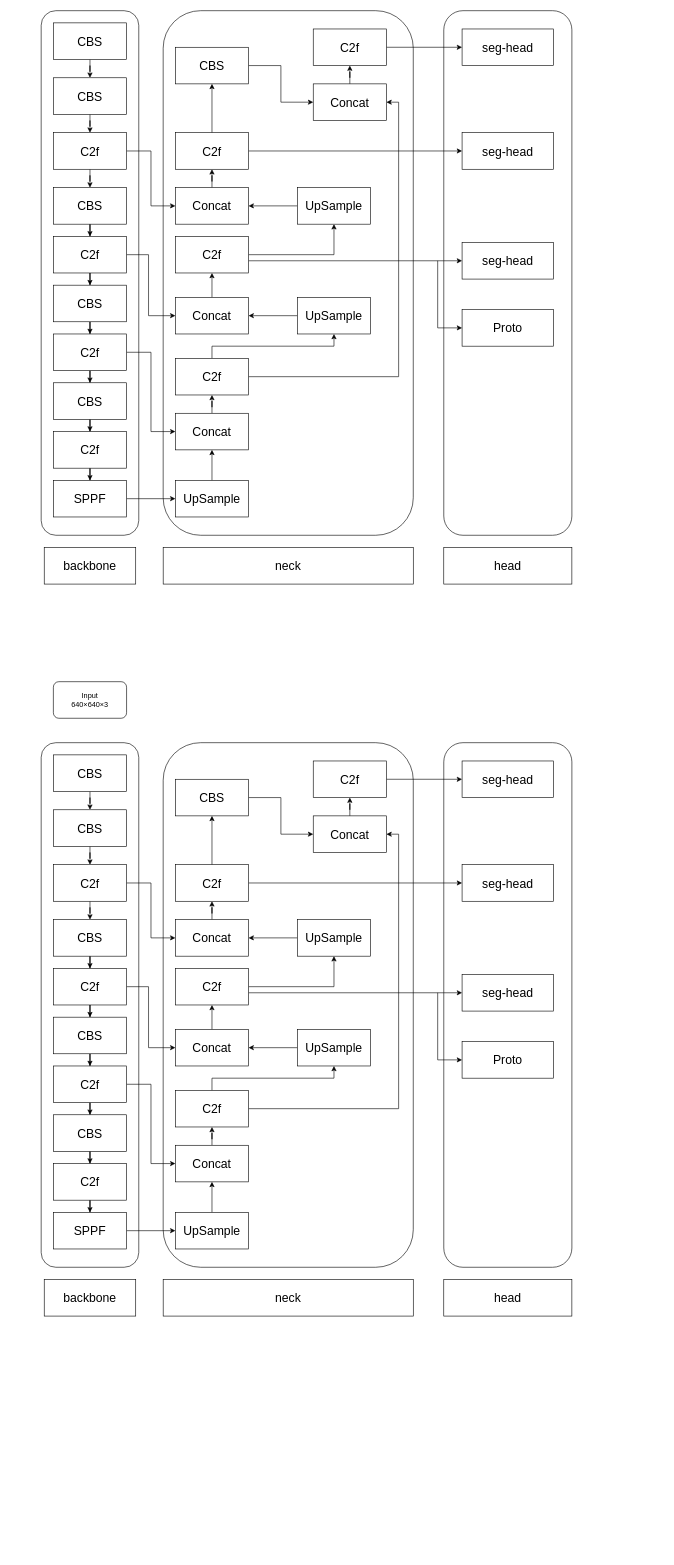
Before: yolov8.drawio in funkallll/deeplearning, a draw.io diagram. Source tidied: cells renumbered, new cells numbered last; positions are measured from the earlier drawing's top-left corner, leaving out a move shared by most shapes. Both pictures are drawn from the tidied source at 61%, with x=0, y=0 at pixel (41, 10).
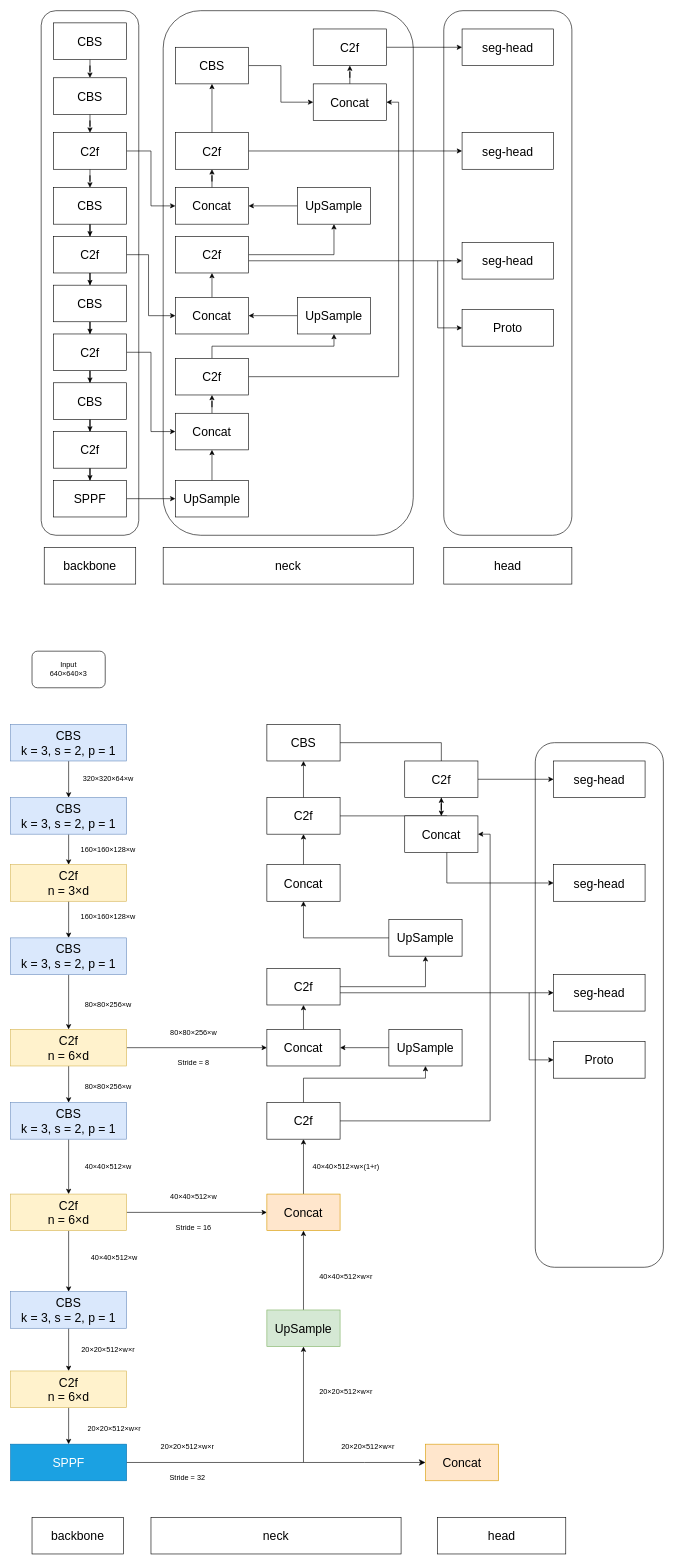
Above is the later version.

The edit, as a diff of the source:
```diff
@@
-    <mxCell id="64" value="CBS" style="rounded=0;whiteSpace=wrap;html=1;fontSize=20;fontStyle=0;" parent="1" vertex="1">
-      <mxGeometry x="20" y="1220" width="120" height="60" as="geometry" />
+    <mxCell id="64" value="CBS&lt;div&gt;k = 3, s = 2, p = 1&lt;/div&gt;" style="rounded=0;whiteSpace=wrap;html=1;fontSize=20;fontStyle=0;fillColor=#dae8fc;strokeColor=#6c8ebf;" parent="1" vertex="1">
+      <mxGeometry x="-50" y="1170" width="190" height="60" as="geometry" />
     </mxCell>
@@
-    <mxCell id="66" value="CBS" style="rounded=0;whiteSpace=wrap;html=1;fontSize=20;fontStyle=0;" parent="1" vertex="1">
-      <mxGeometry x="20" y="1310" width="120" height="60" as="geometry" />
+    <mxCell id="66" value="CBS&lt;div&gt;k = 3, s = 2, p = 1&lt;/div&gt;" style="rounded=0;whiteSpace=wrap;html=1;fontSize=20;fontStyle=0;fillColor=#dae8fc;strokeColor=#6c8ebf;" parent="1" vertex="1">
+      <mxGeometry x="-50" y="1290" width="190" height="60" as="geometry" />
     </mxCell>
@@
-    <mxCell id="68" style="edgeStyle=orthogonalEdgeStyle;rounded=0;jettySize=auto;html=1;entryX=0;entryY=0.5;entryDx=0;entryDy=0;fontStyle=0;fontSize=20;" parent="1" edge="1" source="69" target="104">
-      <mxGeometry relative="1" as="geometry" />
-    </mxCell>
-    <mxCell id="69" value="C2f" style="rounded=0;whiteSpace=wrap;html=1;fontSize=20;fontStyle=0;" parent="1" vertex="1">
-      <mxGeometry x="20" y="1400" width="120" height="60" as="geometry" />
+    <mxCell id="69" value="C2f&lt;div&gt;n = 3×d&lt;/div&gt;" style="rounded=0;whiteSpace=wrap;html=1;fontSize=20;fontStyle=0;fillColor=#fff2cc;strokeColor=#d6b656;" parent="1" vertex="1">
+      <mxGeometry x="-50" y="1400" width="190" height="60" as="geometry" />
     </mxCell>
@@
-    <mxCell id="71" value="CBS" style="rounded=0;whiteSpace=wrap;html=1;fontSize=20;fontStyle=0;" parent="1" vertex="1">
-      <mxGeometry x="20" y="1490" width="120" height="60" as="geometry" />
+    <mxCell id="71" value="CBS&lt;div&gt;k = 3, s = 2, p = 1&lt;/div&gt;" style="rounded=0;whiteSpace=wrap;html=1;fontSize=20;fontStyle=0;fillColor=#dae8fc;strokeColor=#6c8ebf;" parent="1" vertex="1">
+      <mxGeometry x="-50" y="1520" width="190" height="60" as="geometry" />
     </mxCell>
@@
-    <mxCell id="73" style="edgeStyle=orthogonalEdgeStyle;rounded=0;jettySize=auto;html=1;fontStyle=0;fontSize=20;" parent="1" edge="1" source="74" target="93">
+    <mxCell id="73" style="edgeStyle=orthogonalEdgeStyle;rounded=0;jettySize=auto;html=1;fontStyle=0;fontSize=20;exitX=1;exitY=0.5;exitDx=0;exitDy=0;" parent="1" edge="1" source="74" target="93">
       <mxGeometry relative="1" as="geometry">
         <Array as="points">
-          <mxPoint x="176" y="1600" />
-          <mxPoint x="176" y="1700" />
+          <mxPoint x="140" y="1700" />
+          <mxPoint x="140" y="1700" />
         </Array>
       </mxGeometry>
     </mxCell>
-    <mxCell id="74" value="C2f" style="rounded=0;whiteSpace=wrap;html=1;fontSize=20;fontStyle=0;" parent="1" vertex="1">
-      <mxGeometry x="20" y="1570" width="120" height="60" as="geometry" />
+    <mxCell id="74" value="C2f&lt;div&gt;n = 6×d&lt;/div&gt;" style="rounded=0;whiteSpace=wrap;html=1;fontSize=20;fontStyle=0;fillColor=#fff2cc;strokeColor=#d6b656;" parent="1" vertex="1">
+      <mxGeometry x="-50" y="1670" width="190" height="60" as="geometry" />
     </mxCell>
@@
-    <mxCell id="76" value="CBS" style="rounded=0;whiteSpace=wrap;html=1;fontSize=20;fontStyle=0;" parent="1" vertex="1">
-      <mxGeometry x="20" y="1650" width="120" height="60" as="geometry" />
+    <mxCell id="76" value="CBS&lt;div&gt;k = 3, s = 2, p = 1&lt;/div&gt;" style="rounded=0;whiteSpace=wrap;html=1;fontSize=20;fontStyle=0;fillColor=#dae8fc;strokeColor=#6c8ebf;" parent="1" vertex="1">
+      <mxGeometry x="-50" y="1790" width="190" height="60" as="geometry" />
     </mxCell>
@@
-    <mxCell id="79" value="C2f" style="rounded=0;whiteSpace=wrap;html=1;fontSize=20;fontStyle=0;" parent="1" vertex="1">
-      <mxGeometry x="20" y="1730" width="120" height="60" as="geometry" />
+    <mxCell id="79" value="C2f&lt;div&gt;n = 6×d&lt;/div&gt;" style="rounded=0;whiteSpace=wrap;html=1;fontSize=20;fontStyle=0;fillColor=#fff2cc;strokeColor=#d6b656;" parent="1" vertex="1">
+      <mxGeometry x="-50" y="1940" width="190" height="60" as="geometry" />
     </mxCell>
@@
-    <mxCell id="81" value="CBS" style="rounded=0;whiteSpace=wrap;html=1;fontSize=20;fontStyle=0;" parent="1" vertex="1">
-      <mxGeometry x="20" y="1810" width="120" height="60" as="geometry" />
+    <mxCell id="81" value="CBS&lt;div&gt;k = 3, s = 2, p = 1&lt;/div&gt;" style="rounded=0;whiteSpace=wrap;html=1;fontSize=20;fontStyle=0;fillColor=#dae8fc;strokeColor=#6c8ebf;" parent="1" vertex="1">
+      <mxGeometry x="-50" y="2100" width="190" height="60" as="geometry" />
     </mxCell>
@@
-    <mxCell id="83" value="C2f" style="rounded=0;whiteSpace=wrap;html=1;fontSize=20;fontStyle=0;" parent="1" vertex="1">
-      <mxGeometry x="20" y="1890" width="120" height="60" as="geometry" />
+    <mxCell id="83" value="C2f&lt;div&gt;n = 6×d&lt;/div&gt;" style="rounded=0;whiteSpace=wrap;html=1;fontSize=20;fontStyle=0;fillColor=#fff2cc;strokeColor=#d6b656;" parent="1" vertex="1">
+      <mxGeometry x="-50" y="2230" width="190" height="60" as="geometry" />
     </mxCell>
@@
-    <mxCell id="85" value="SPPF" style="rounded=0;whiteSpace=wrap;html=1;fontSize=20;fontStyle=0;" parent="1" vertex="1">
-      <mxGeometry x="20" y="1970" width="120" height="60" as="geometry" />
+    <mxCell id="85" value="SPPF" style="rounded=0;whiteSpace=wrap;html=1;fontSize=20;fontStyle=0;fillColor=#1ba1e2;fontColor=#ffffff;strokeColor=#006EAF;" parent="1" vertex="1">
+      <mxGeometry x="-50" y="2350" width="190" height="60" as="geometry" />
     </mxCell>
@@
-    <mxCell id="87" value="UpSample" style="whiteSpace=wrap;html=1;fontSize=20;rounded=0;fontStyle=0;" parent="1" vertex="1">
-      <mxGeometry x="220" y="1970" width="120" height="60" as="geometry" />
+    <mxCell id="87" value="UpSample" style="whiteSpace=wrap;html=1;fontSize=20;rounded=0;fontStyle=0;fillColor=#d5e8d4;strokeColor=#82b366;" parent="1" vertex="1">
+      <mxGeometry x="370" y="2130" width="120" height="60" as="geometry" />
     </mxCell>
@@
-    <mxCell id="89" value="Concat" style="whiteSpace=wrap;html=1;fontSize=20;rounded=0;fontStyle=0;" parent="1" vertex="1">
-      <mxGeometry x="220" y="1860" width="120" height="60" as="geometry" />
+    <mxCell id="89" value="Concat" style="whiteSpace=wrap;html=1;fontSize=20;rounded=0;fontStyle=0;fillColor=#ffe6cc;strokeColor=#d79b00;" parent="1" vertex="1">
+      <mxGeometry x="370" y="1940" width="120" height="60" as="geometry" />
     </mxCell>
     <mxCell id="90" style="edgeStyle=orthogonalEdgeStyle;rounded=0;jettySize=auto;html=1;entryX=1;entryY=0.5;entryDx=0;entryDy=0;fontStyle=0;fontSize=20;" parent="1" edge="1" source="91" target="93">
       <mxGeometry relative="1" as="geometry">
         <Array as="points">
-          <mxPoint x="466" y="1700" />
+          <mxPoint x="616" y="1700" />
         </Array>
       </mxGeometry>
     </mxCell>
     <mxCell id="91" value="UpSample" style="whiteSpace=wrap;html=1;fontSize=20;rounded=0;fontStyle=0;" parent="1" vertex="1">
-      <mxGeometry x="420" y="1670" width="120" height="60" as="geometry" />
+      <mxGeometry x="570" y="1670" width="120" height="60" as="geometry" />
     </mxCell>
@@
     <mxCell id="93" value="Concat" style="rounded=0;whiteSpace=wrap;html=1;fontSize=20;fontStyle=0;" parent="1" vertex="1">
-      <mxGeometry x="220" y="1670" width="120" height="60" as="geometry" />
+      <mxGeometry x="370" y="1670" width="120" height="60" as="geometry" />
     </mxCell>
@@
     <mxCell id="95" style="edgeStyle=orthogonalEdgeStyle;rounded=0;jettySize=auto;html=1;entryX=0;entryY=0.5;entryDx=0;entryDy=0;fontSize=20;" parent="1" edge="1" source="97" target="122">
       <mxGeometry relative="1" as="geometry">
         <Array as="points">
-          <mxPoint x="660" y="1610" />
-          <mxPoint x="660" y="1610" />
+          <mxPoint x="810" y="1610" />
+          <mxPoint x="810" y="1610" />
         </Array>
       </mxGeometry>
     </mxCell>
     <mxCell id="96" style="edgeStyle=orthogonalEdgeStyle;rounded=0;jettySize=auto;html=1;entryX=0;entryY=0.5;entryDx=0;entryDy=0;" parent="1" edge="1" target="123">
       <mxGeometry relative="1" as="geometry">
-        <mxPoint x="650" y="1610" as="sourcePoint" />
+        <mxPoint x="800" y="1610" as="sourcePoint" />
         <Array as="points">
-          <mxPoint x="650" y="1610" />
-          <mxPoint x="650" y="1720" />
+          <mxPoint x="800" y="1610" />
+          <mxPoint x="800" y="1720" />
         </Array>
       </mxGeometry>
     </mxCell>
     <mxCell id="97" value="C2f" style="rounded=0;whiteSpace=wrap;html=1;fontSize=20;fontStyle=0;" parent="1" vertex="1">
-      <mxGeometry x="220" y="1570" width="120" height="60" as="geometry" />
+      <mxGeometry x="370" y="1570" width="120" height="60" as="geometry" />
     </mxCell>
@@
     <mxCell id="99" value="UpSample" style="rounded=0;whiteSpace=wrap;html=1;fontSize=20;fontStyle=0;" parent="1" vertex="1">
-      <mxGeometry x="420" y="1490" width="120" height="60" as="geometry" />
+      <mxGeometry x="570" y="1490" width="120" height="60" as="geometry" />
     </mxCell>
     <mxCell id="100" style="edgeStyle=orthogonalEdgeStyle;rounded=0;jettySize=auto;html=1;entryX=0.5;entryY=1;entryDx=0;entryDy=0;exitX=0.5;exitY=0;exitDx=0;exitDy=0;fontStyle=0;fontSize=20;" parent="1" edge="1" source="102" target="91">
       <mxGeometry relative="1" as="geometry">
         <Array as="points">
-          <mxPoint x="280" y="1750" />
-          <mxPoint x="480" y="1750" />
+          <mxPoint x="430" y="1750" />
+          <mxPoint x="630" y="1750" />
         </Array>
       </mxGeometry>
     </mxCell>
@@
     <mxCell id="102" value="C2f" style="whiteSpace=wrap;html=1;fontSize=20;rounded=0;fontStyle=0;" parent="1" vertex="1">
-      <mxGeometry x="220" y="1770" width="120" height="60" as="geometry" />
+      <mxGeometry x="370" y="1790" width="120" height="60" as="geometry" />
     </mxCell>
@@
     <mxCell id="104" value="Concat" style="rounded=0;whiteSpace=wrap;html=1;fontSize=20;fontStyle=0;" parent="1" vertex="1">
-      <mxGeometry x="220" y="1490" width="120" height="60" as="geometry" />
+      <mxGeometry x="370" y="1400" width="120" height="60" as="geometry" />
     </mxCell>
@@
     <mxCell id="107" value="C2f" style="rounded=0;whiteSpace=wrap;html=1;fontSize=20;fontStyle=0;" parent="1" vertex="1">
-      <mxGeometry x="220" y="1400" width="120" height="60" as="geometry" />
+      <mxGeometry x="370" y="1290" width="120" height="60" as="geometry" />
     </mxCell>
@@
     <mxCell id="109" value="CBS" style="rounded=0;whiteSpace=wrap;html=1;fontSize=20;fontStyle=0;" parent="1" vertex="1">
-      <mxGeometry x="220" y="1260" width="120" height="60" as="geometry" />
+      <mxGeometry x="370" y="1170" width="120" height="60" as="geometry" />
     </mxCell>
@@
     <mxCell id="111" value="Concat" style="rounded=0;whiteSpace=wrap;html=1;fontSize=20;fontStyle=0;" parent="1" vertex="1">
-      <mxGeometry x="446" y="1320" width="120" height="60" as="geometry" />
+      <mxGeometry x="596" y="1320" width="120" height="60" as="geometry" />
     </mxCell>
@@
     <mxCell id="113" value="C2f" style="rounded=0;whiteSpace=wrap;html=1;fontSize=20;fontStyle=0;" parent="1" vertex="1">
-      <mxGeometry x="446" y="1230" width="120" height="60" as="geometry" />
+      <mxGeometry x="596" y="1230" width="120" height="60" as="geometry" />
     </mxCell>
     <mxCell id="114" value="seg-head" style="rounded=0;whiteSpace=wrap;html=1;fontSize=20;" parent="1" vertex="1">
-      <mxGeometry x="690" y="1400" width="150" height="60" as="geometry" />
+      <mxGeometry x="840" y="1400" width="150" height="60" as="geometry" />
     </mxCell>
-    <mxCell id="115" style="rounded=1;whiteSpace=wrap;html=1;fillColor=none;" parent="1" vertex="1">
-      <mxGeometry y="1200" width="160" height="860" as="geometry" />
-    </mxCell>
-    <mxCell id="116" style="rounded=1;whiteSpace=wrap;html=1;fillColor=none;" parent="1" vertex="1">
-      <mxGeometry x="200" y="1200" width="410" height="860" as="geometry" />
-    </mxCell>
     <mxCell id="117" value="&lt;span style=&quot;font-size: 20px;&quot;&gt;backbone&lt;/span&gt;" style="rounded=0;whiteSpace=wrap;html=1;fontSize=20;" parent="1" vertex="1">
-      <mxGeometry x="5" y="2080" width="150" height="60" as="geometry" />
+      <mxGeometry x="-15" y="2470" width="150" height="60" as="geometry" />
     </mxCell>
     <mxCell id="118" value="&lt;span style=&quot;font-size: 20px;&quot;&gt;neck&lt;/span&gt;" style="rounded=0;whiteSpace=wrap;html=1;fontSize=20;" parent="1" vertex="1">
-      <mxGeometry x="200" y="2080" width="410" height="60" as="geometry" />
+      <mxGeometry x="180" y="2470" width="410" height="60" as="geometry" />
     </mxCell>
     <mxCell id="119" value="&lt;span style=&quot;font-size: 20px;&quot;&gt;head&lt;/span&gt;" style="rounded=0;whiteSpace=wrap;html=1;fontSize=20;" parent="1" vertex="1">
-      <mxGeometry x="660" y="2080" width="210" height="60" as="geometry" />
+      <mxGeometry x="650" y="2470" width="210" height="60" as="geometry" />
     </mxCell>
     <mxCell id="120" style="rounded=1;whiteSpace=wrap;html=1;fillColor=none;" parent="1" vertex="1">
-      <mxGeometry x="660" y="1200" width="210" height="860" as="geometry" />
+      <mxGeometry x="810" y="1200" width="210" height="860" as="geometry" />
     </mxCell>
     <mxCell id="121" value="seg-head" style="rounded=0;whiteSpace=wrap;html=1;fontSize=20;" parent="1" vertex="1">
-      <mxGeometry x="690" y="1230" width="150" height="60" as="geometry" />
+      <mxGeometry x="840" y="1230" width="150" height="60" as="geometry" />
     </mxCell>
     <mxCell id="122" value="seg-head" style="rounded=0;whiteSpace=wrap;html=1;fontSize=20;" parent="1" vertex="1">
-      <mxGeometry x="690" y="1580" width="150" height="60" as="geometry" />
+      <mxGeometry x="840" y="1580" width="150" height="60" as="geometry" />
     </mxCell>
     <mxCell id="123" value="Proto" style="rounded=0;whiteSpace=wrap;html=1;fontSize=20;" parent="1" vertex="1">
-      <mxGeometry x="690" y="1690" width="150" height="60" as="geometry" />
+      <mxGeometry x="840" y="1690" width="150" height="60" as="geometry" />
     </mxCell>
     <mxCell id="124" value="Input&lt;div&gt;640×640×3&lt;/div&gt;" style="rounded=1;whiteSpace=wrap;html=1;" parent="1" vertex="1">
-      <mxGeometry x="20" y="1100" width="120" height="60" as="geometry" />
+      <mxGeometry x="-15" y="1050" width="120" height="60" as="geometry" />
     </mxCell>
+    <mxCell id="125" value="320×320×64×w" style="rounded=0;whiteSpace=wrap;html=1;strokeColor=none;" parent="1" vertex="1">
+      <mxGeometry x="50" y="1245" width="120" height="30" as="geometry" />
+    </mxCell>
+    <mxCell id="126" value="160×160×128×w" style="rounded=0;whiteSpace=wrap;html=1;strokeColor=none;" parent="1" vertex="1">
+      <mxGeometry x="50" y="1360" width="120" height="30" as="geometry" />
+    </mxCell>
+    <mxCell id="127" value="160×160×128×w" style="rounded=0;whiteSpace=wrap;html=1;strokeColor=none;" parent="1" vertex="1">
+      <mxGeometry x="50" y="1470" width="120" height="30" as="geometry" />
+    </mxCell>
+    <mxCell id="128" value="80×80×256×w" style="rounded=0;whiteSpace=wrap;html=1;strokeColor=none;" parent="1" vertex="1">
+      <mxGeometry x="50" y="1615" width="120" height="30" as="geometry" />
+    </mxCell>
+    <mxCell id="129" value="80×80×256×w" style="rounded=0;whiteSpace=wrap;html=1;strokeColor=none;" parent="1" vertex="1">
+      <mxGeometry x="50" y="1750" width="120" height="30" as="geometry" />
+    </mxCell>
+    <mxCell id="130" value="40×40×512×w" style="rounded=0;whiteSpace=wrap;html=1;strokeColor=none;" parent="1" vertex="1">
+      <mxGeometry x="50" y="1880" width="120" height="30" as="geometry" />
+    </mxCell>
+    <mxCell id="131" value="40×40×512×w" style="rounded=0;whiteSpace=wrap;html=1;strokeColor=none;" parent="1" vertex="1">
+      <mxGeometry x="60" y="2030" width="120" height="30" as="geometry" />
+    </mxCell>
+    <mxCell id="132" value="20×20×512×w×r" style="rounded=0;whiteSpace=wrap;html=1;strokeColor=none;" parent="1" vertex="1">
+      <mxGeometry x="50" y="2180" width="120" height="30" as="geometry" />
+    </mxCell>
+    <mxCell id="133" value="20×20×512×w×r" style="rounded=0;whiteSpace=wrap;html=1;strokeColor=none;" parent="1" vertex="1">
+      <mxGeometry x="60" y="2310" width="120" height="30" as="geometry" />
+    </mxCell>
+    <mxCell id="134" value="20×20×512×w×r" style="rounded=0;whiteSpace=wrap;html=1;strokeColor=none;" parent="1" vertex="1">
+      <mxGeometry x="180" y="2340" width="120" height="30" as="geometry" />
+    </mxCell>
+    <mxCell id="135" value="Stride = 32" style="rounded=0;whiteSpace=wrap;html=1;strokeColor=none;" parent="1" vertex="1">
+      <mxGeometry x="180" y="2390" width="120" height="30" as="geometry" />
+    </mxCell>
+    <mxCell id="136" value="40×40×512×w" style="rounded=0;whiteSpace=wrap;html=1;strokeColor=none;" parent="1" vertex="1">
+      <mxGeometry x="190" y="1930" width="120" height="30" as="geometry" />
+    </mxCell>
+    <mxCell id="137" value="Stride = 16" style="rounded=0;whiteSpace=wrap;html=1;strokeColor=none;" parent="1" vertex="1">
+      <mxGeometry x="190" y="1980" width="120" height="30" as="geometry" />
+    </mxCell>
+    <mxCell id="138" value="80×80×256×w" style="rounded=0;whiteSpace=wrap;html=1;strokeColor=none;" parent="1" vertex="1">
+      <mxGeometry x="190" y="1660" width="120" height="30" as="geometry" />
+    </mxCell>
+    <mxCell id="139" value="Stride = 8" style="rounded=0;whiteSpace=wrap;html=1;strokeColor=none;" parent="1" vertex="1">
+      <mxGeometry x="190" y="1710" width="120" height="30" as="geometry" />
+    </mxCell>
+    <mxCell id="140" style="edgeStyle=elbowEdgeStyle;elbow=horizontal;endArrow=classic;html=1;curved=0;rounded=0;endSize=8;startSize=8;entryX=0;entryY=0.5;entryDx=0;entryDy=0;" parent="1" edge="1" target="141">
+      <mxGeometry relative="1" as="geometry">
+        <mxPoint x="430" y="2380" as="sourcePoint" />
+      </mxGeometry>
+    </mxCell>
+    <mxCell id="141" value="Concat" style="whiteSpace=wrap;html=1;fontSize=20;rounded=0;fontStyle=0;fillColor=#ffe6cc;strokeColor=#d79b00;" parent="1" vertex="1">
+      <mxGeometry x="630" y="2350" width="120" height="60" as="geometry" />
+    </mxCell>
+    <mxCell id="142" value="20×20×512×w×r" style="rounded=0;whiteSpace=wrap;html=1;strokeColor=none;" parent="1" vertex="1">
+      <mxGeometry x="440" y="2250" width="120" height="30" as="geometry" />
+    </mxCell>
+    <mxCell id="143" value="20×20×512×w×r" style="rounded=0;whiteSpace=wrap;html=1;strokeColor=none;" parent="1" vertex="1">
+      <mxGeometry x="476" y="2340" width="120" height="30" as="geometry" />
+    </mxCell>
+    <mxCell id="144" value="40×40×512×w×r" style="rounded=0;whiteSpace=wrap;html=1;strokeColor=none;" parent="1" vertex="1">
+      <mxGeometry x="440" y="2060" width="120" height="30" as="geometry" />
+    </mxCell>
+    <mxCell id="145" value="40×40×512×w×(1+r)" style="rounded=0;whiteSpace=wrap;html=1;strokeColor=none;" parent="1" vertex="1">
+      <mxGeometry x="440" y="1880" width="120" height="30" as="geometry" />
+    </mxCell>
```
